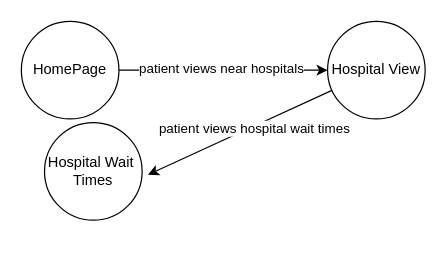
Earlier version of the draw.io diagram EliorWork/drawios/PatientBasic_SMD.drawio (SENG-350-2024-fall/Team9). Source tidied: cells renumbered, new cells numbered last; positions are measured from the earlier drawing's top-left corner, leaving out a move shared by most shapes. Both pictures are drawn from the tidied source at 122%, with x=0, y=0 at pixel (21, 21).
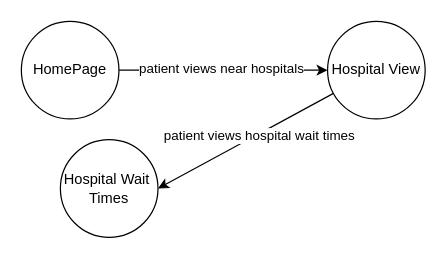
The same diagram, later.

Change to the diagram source:
```diff
@@
 <mxGraphModel>
   <root>
     <mxCell id="0" />
     <mxCell id="1" parent="0" />
     <mxCell id="2" style="rounded=0;jettySize=auto;html=1;" parent="1" edge="1" source="4" target="5">
       <mxGeometry relative="1" as="geometry" />
     </mxCell>
     <mxCell id="3" value="patient views near hospitals" style="edgeLabel;html=1;align=center;verticalAlign=middle;" parent="2" vertex="1">
       <mxGeometry x="0.25" y="2" relative="1" as="geometry">
         <mxPoint x="-24" as="offset" />
       </mxGeometry>
     </mxCell>
     <mxCell id="4" value="HomePage" style="ellipse;whiteSpace=wrap;html=1;" parent="1" vertex="1">
       <mxGeometry width="80" height="80" as="geometry" />
     </mxCell>
     <mxCell id="5" value="Hospital View" style="ellipse;whiteSpace=wrap;html=1;" parent="1" vertex="1">
       <mxGeometry x="251" width="80" height="80" as="geometry" />
     </mxCell>
     <mxCell id="6" value="Hospital Wait&amp;nbsp;&lt;div&gt;Times&lt;/div&gt;" style="ellipse;whiteSpace=wrap;html=1;" parent="1" vertex="1">
-      <mxGeometry x="19" y="83" width="80" height="80" as="geometry" />
+      <mxGeometry x="32" y="97" width="80" height="80" as="geometry" />
     </mxCell>
-    <mxCell id="7" style="rounded=0;jettySize=auto;html=1;entryX=1.06;entryY=0.534;entryDx=0;entryDy=0;entryPerimeter=0;" parent="1" edge="1" source="5" target="6">
+    <mxCell id="7" style="rounded=0;jettySize=auto;html=1;entryX=1;entryY=0.5;entryDx=0;entryDy=0;" parent="1" edge="1" source="5" target="6">
       <mxGeometry relative="1" as="geometry" />
     </mxCell>
     <mxCell id="8" value="patient views hospital wait times" style="edgeLabel;html=1;align=center;verticalAlign=middle;" parent="7" vertex="1">
       <mxGeometry x="-0.14" y="1" relative="1" as="geometry" />
     </mxCell>
   </root>
 </mxGraphModel>
```
